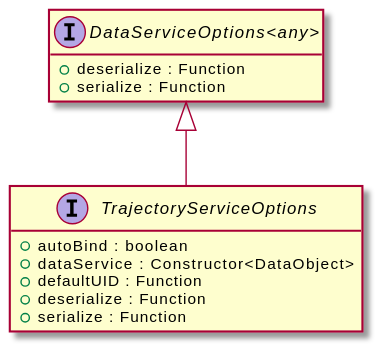
Before: assets/TrajectoryServiceOptions-umlClassDiagram-7842.svg, a diagram exported from PlantUML (OpenHPS/openhps-core). Source of this version:
```plantuml
@startuml
skinparam BackgroundColor transparent
hide empty methods
hide empty fields
interface "TrajectoryServiceOptions" {
    +autoBind : boolean
    +dataService : Constructor<DataObject>
    +defaultUID : Function
    +deserialize : Function
    +serialize : Function
}
interface "DataServiceOptions<any>" {
    +deserialize : Function
    +serialize : Function
}
"DataServiceOptions<any>" <|-- "TrajectoryServiceOptions"
@enduml
```
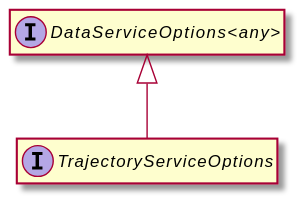
Above is the later version.

The edit, as a diff of the source:
```diff
@@ -3,15 +3,8 @@
 hide empty methods
 hide empty fields
 interface "TrajectoryServiceOptions" {
-    +autoBind : boolean
-    +dataService : Constructor<DataObject>
-    +defaultUID : Function
-    +deserialize : Function
-    +serialize : Function
 }
 interface "DataServiceOptions<any>" {
-    +deserialize : Function
-    +serialize : Function
 }
 "DataServiceOptions<any>" <|-- "TrajectoryServiceOptions"
 @enduml
```
